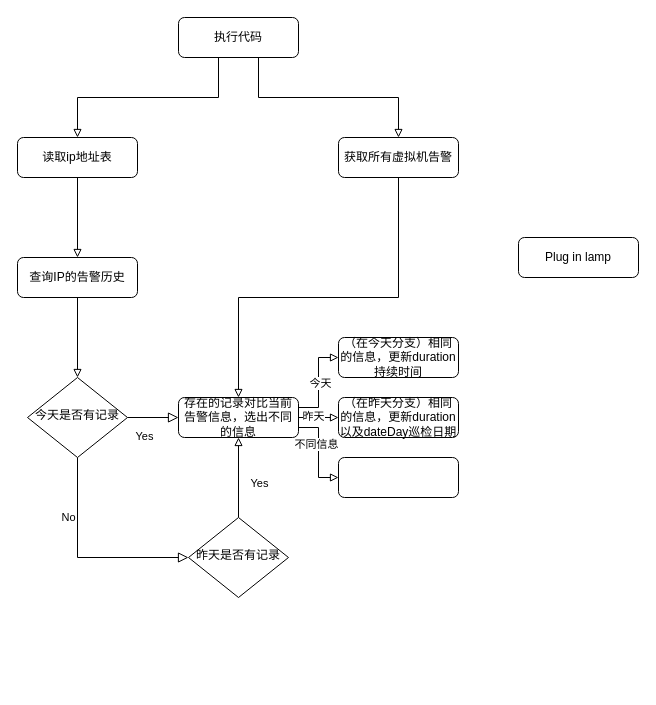
The draw.io diagram get_alarmStatus.drawio in wucaitian/ZongHeYunWei, before the edit. Source tidied: cells renumbered, new cells numbered last; positions are measured from the earlier drawing's top-left corner, leaving out a move shared by most shapes. Both pictures are drawn from the tidied source at 100%, with x=0, y=0 at pixel (17, 17).
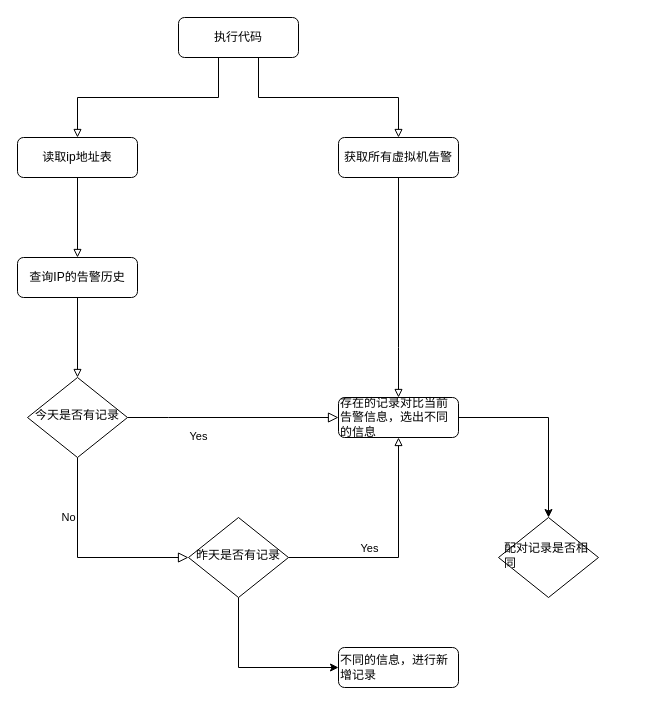
The same page after the edit.

The change refers to these unchanged cells:
```xml
<mxCell id="12" value="获取所有虚拟机告警" style="rounded=1;whiteSpace=wrap;html=1;fontSize=12;glass=0;strokeWidth=1;shadow=0;" parent="1" vertex="1">
  <mxGeometry x="321" y="120" width="120" height="40" as="geometry" />
</mxCell>
<mxCell id="15" style="edgeStyle=orthogonalEdgeStyle;rounded=0;jettySize=auto;html=1;startArrow=none;startFill=0;endArrow=block;endFill=0;" parent="1" edge="1" source="17" target="24">
  <mxGeometry relative="1" as="geometry" />
</mxCell>
<mxCell id="17" value="昨天是否有记录" style="rhombus;whiteSpace=wrap;html=1;shadow=0;fontFamily=Helvetica;fontSize=12;align=center;strokeWidth=1;spacing=6;spacingTop=-4;" parent="1" vertex="1">
  <mxGeometry x="171" y="500" width="100" height="80" as="geometry" />
</mxCell>
```

What changed in the source:
```diff
@@
-    <mxCell id="7" value="Plug in lamp" style="rounded=1;whiteSpace=wrap;html=1;fontSize=12;glass=0;strokeWidth=1;shadow=0;" parent="1" vertex="1">
-      <mxGeometry x="501" y="220" width="120" height="40" as="geometry" />
-    </mxCell>
@@
     <mxCell id="11" style="edgeStyle=orthogonalEdgeStyle;rounded=0;jettySize=auto;html=1;entryX=0.5;entryY=0;entryDx=0;entryDy=0;startArrow=none;startFill=0;endArrow=block;endFill=0;" parent="1" edge="1" source="12" target="24">
       <mxGeometry relative="1" as="geometry">
         <Array as="points">
-          <mxPoint x="381" y="280" />
-          <mxPoint x="221" y="280" />
+          <mxPoint x="381" y="330" />
+          <mxPoint x="381" y="330" />
         </Array>
       </mxGeometry>
     </mxCell>
@@
     <mxCell id="16" value="Yes" style="edgeLabel;html=1;align=center;verticalAlign=middle;" parent="15" vertex="1">
       <mxGeometry x="-0.09" y="2" relative="1" as="geometry">
-        <mxPoint x="22" y="1" as="offset" />
+        <mxPoint x="-25" y="-8" as="offset" />
       </mxGeometry>
     </mxCell>
+    <mxCell id="28" style="edgeStyle=orthogonalEdgeStyle;rounded=0;jettySize=auto;html=1;entryX=0;entryY=0.5;entryDx=0;entryDy=0;" parent="1" edge="1" source="17" target="30">
+      <mxGeometry relative="1" as="geometry">
+        <Array as="points">
+          <mxPoint x="221" y="650" />
+        </Array>
+      </mxGeometry>
+    </mxCell>
@@
-    <mxCell id="18" style="edgeStyle=orthogonalEdgeStyle;rounded=0;jettySize=auto;html=1;startArrow=none;startFill=0;endArrow=block;endFill=0;entryX=0;entryY=0.5;entryDx=0;entryDy=0;" parent="1" edge="1" source="24" target="25">
-      <mxGeometry relative="1" as="geometry">
-        <Array as="points">
-          <mxPoint x="301" y="390" />
-          <mxPoint x="301" y="340" />
-        </Array>
-      </mxGeometry>
-    </mxCell>
-    <mxCell id="19" value="今天" style="edgeLabel;html=1;align=center;verticalAlign=middle;" parent="18" vertex="1">
-      <mxGeometry y="-1" relative="1" as="geometry" />
-    </mxCell>
-    <mxCell id="20" style="edgeStyle=orthogonalEdgeStyle;rounded=0;jettySize=auto;html=1;startArrow=none;startFill=0;endArrow=block;endFill=0;entryX=0;entryY=0.5;entryDx=0;entryDy=0;" parent="1" edge="1" source="24" target="26">
-      <mxGeometry relative="1" as="geometry">
-        <Array as="points">
-          <mxPoint x="291" y="400" />
-          <mxPoint x="291" y="400" />
-        </Array>
-      </mxGeometry>
-    </mxCell>
-    <mxCell id="21" value="昨天" style="edgeLabel;html=1;align=center;verticalAlign=middle;" parent="20" vertex="1">
-      <mxGeometry x="-0.3" y="2" relative="1" as="geometry" />
-    </mxCell>
-    <mxCell id="22" style="edgeStyle=orthogonalEdgeStyle;rounded=0;jettySize=auto;html=1;exitX=1;exitY=0.75;exitDx=0;exitDy=0;entryX=0;entryY=0.5;entryDx=0;entryDy=0;startArrow=none;startFill=0;endArrow=block;endFill=0;" parent="1" edge="1" source="24" target="27">
-      <mxGeometry relative="1" as="geometry" />
-    </mxCell>
-    <mxCell id="23" value="不同信息" style="edgeLabel;html=1;align=center;verticalAlign=middle;" parent="22" vertex="1">
-      <mxGeometry x="-0.2" y="-3" relative="1" as="geometry" />
-    </mxCell>
+    <mxCell id="29" style="edgeStyle=orthogonalEdgeStyle;rounded=0;jettySize=auto;html=1;entryX=0.5;entryY=0;entryDx=0;entryDy=0;" parent="1" edge="1" source="24" target="31">
+      <mxGeometry relative="1" as="geometry" />
+    </mxCell>
-    <mxCell id="24" value="存在的记录对比当前告警信息，选出不同的信息" style="rounded=1;whiteSpace=wrap;html=1;fontSize=12;glass=0;strokeWidth=1;shadow=0;" parent="1" vertex="1">
-      <mxGeometry x="161" y="380" width="120" height="40" as="geometry" />
+    <mxCell id="24" value="存在的记录对比当前告警信息，选出不同的信息" style="rounded=1;whiteSpace=wrap;html=1;fontSize=12;glass=0;strokeWidth=1;shadow=0;align=left;" parent="1" vertex="1">
+      <mxGeometry x="321" y="380" width="120" height="40" as="geometry" />
     </mxCell>
-    <mxCell id="25" value="（在今天分支）相同的信息，更新duration持续时间" style="rounded=1;whiteSpace=wrap;html=1;fontSize=12;glass=0;strokeWidth=1;shadow=0;" parent="1" vertex="1">
-      <mxGeometry x="321" y="320" width="120" height="40" as="geometry" />
-    </mxCell>
-    <mxCell id="26" value="（在昨天分支）相同的信息，更新duration以及dateDay巡检日期" style="rounded=1;whiteSpace=wrap;html=1;fontSize=12;glass=0;strokeWidth=1;shadow=0;" parent="1" vertex="1">
-      <mxGeometry x="321" y="380" width="120" height="40" as="geometry" />
-    </mxCell>
-    <mxCell id="27" style="rounded=1;whiteSpace=wrap;html=1;fontSize=12;glass=0;strokeWidth=1;shadow=0;" parent="1" vertex="1">
-      <mxGeometry x="321" y="440" width="120" height="40" as="geometry" />
-    </mxCell>
+    <mxCell id="30" value="不同的信息，进行新增记录" style="rounded=1;whiteSpace=wrap;html=1;fontSize=12;glass=0;strokeWidth=1;shadow=0;align=left;" parent="1" vertex="1">
+      <mxGeometry x="321" y="630" width="120" height="40" as="geometry" />
+    </mxCell>
+    <mxCell id="31" value="配对记录是否相同" style="rhombus;whiteSpace=wrap;html=1;shadow=0;fontFamily=Helvetica;fontSize=12;align=left;strokeWidth=1;spacing=6;spacingTop=-4;" parent="1" vertex="1">
+      <mxGeometry x="481" y="500" width="100" height="80" as="geometry" />
+    </mxCell>
```
